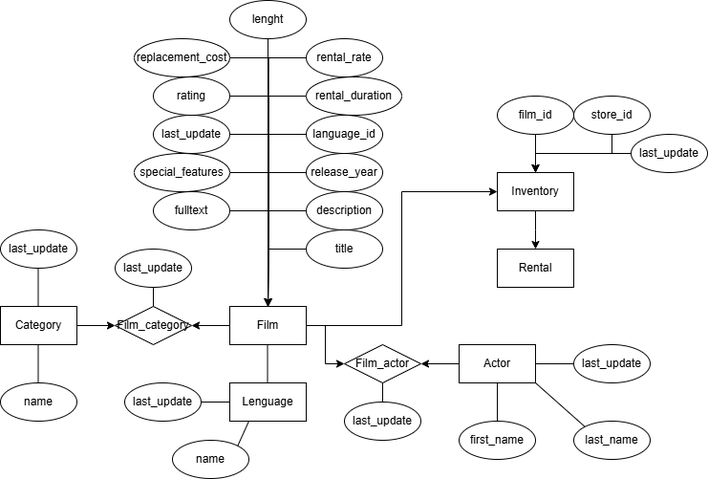
Gabitoto/Bases-de-Datos keeps this draw.io diagram as Diagramas_E_R/Diagrama Trabajo Practico 3.drawio.png. Above is the earlier version. Source tidied: cells renumbered, new cells last; positions are measured from the earlier drawing's top-left corner, leaving out a move shared by most shapes.
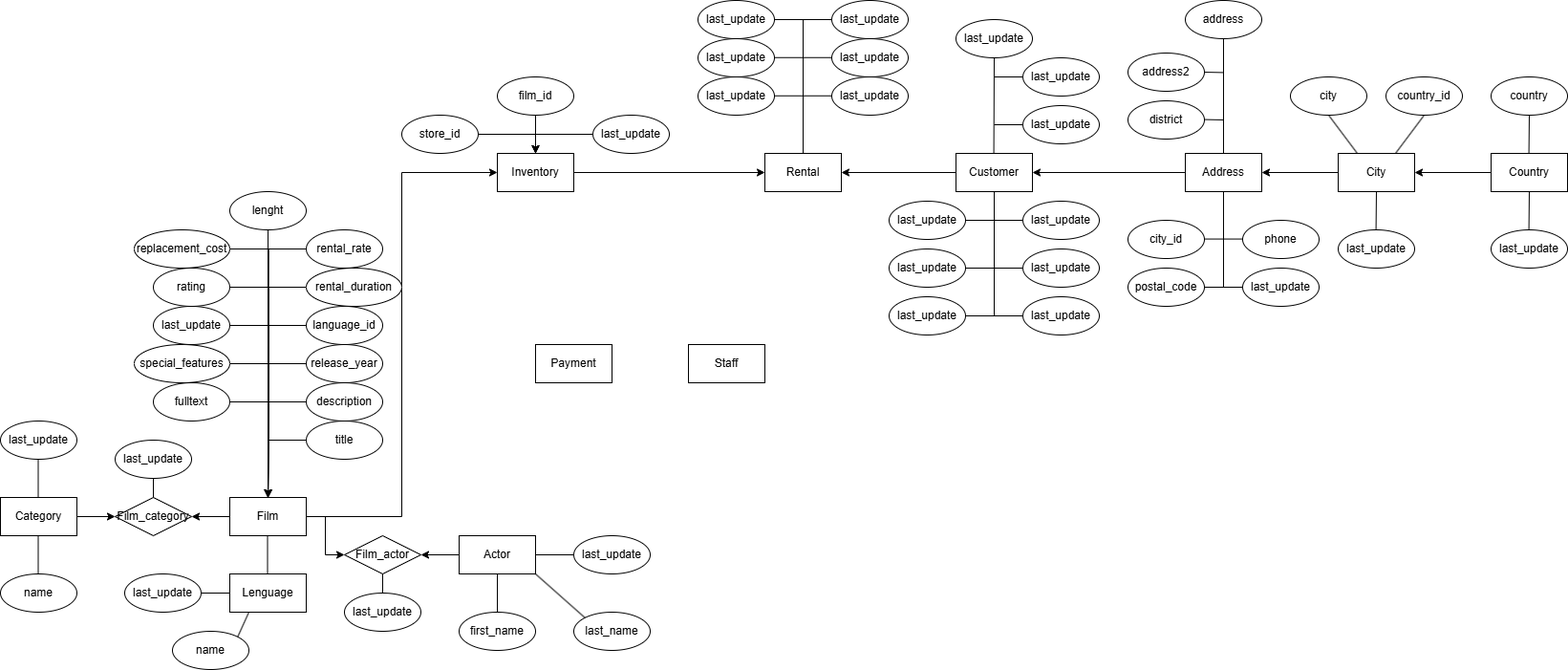
The same file after the commit.

The edit, as a diff of the source:
```diff
@@ -23,13 +23,11 @@
     <mxCell id="8" value="Lenguage" style="whiteSpace=wrap;html=1;align=center;" parent="1" vertex="1">
       <mxGeometry x="240" y="400" width="80" height="40" as="geometry" />
     </mxCell>
-    <mxCell id="9" style="edgeStyle=orthogonalEdgeStyle;rounded=0;jettySize=auto;html=1;entryX=0.5;entryY=0;entryDx=0;entryDy=0;" parent="1" edge="1" source="10">
-      <mxGeometry relative="1" as="geometry">
-        <mxPoint x="560" y="260" as="targetPoint" />
-      </mxGeometry>
-    </mxCell>
+    <mxCell id="65" style="edgeStyle=orthogonalEdgeStyle;rounded=0;jettySize=auto;html=1;entryX=0;entryY=0.5;entryDx=0;entryDy=0;" parent="1" edge="1" source="10" target="53">
+      <mxGeometry relative="1" as="geometry" />
+    </mxCell>
     <mxCell id="10" value="Inventory" style="whiteSpace=wrap;html=1;align=center;" parent="1" vertex="1">
-      <mxGeometry x="520" y="180" width="80" height="40" as="geometry" />
+      <mxGeometry x="520" y="-40" width="80" height="40" as="geometry" />
     </mxCell>
     <mxCell id="11" style="edgeStyle=orthogonalEdgeStyle;rounded=0;jettySize=auto;html=1;entryX=1;entryY=0.5;entryDx=0;entryDy=0;" parent="1" edge="1" source="12" target="54">
       <mxGeometry relative="1" as="geometry" />
@@ -176,22 +174,22 @@
       <mxGeometry relative="1" as="geometry" />
     </mxCell>
     <mxCell id="48" value="film_id" style="ellipse;whiteSpace=wrap;html=1;align=center;" parent="1" vertex="1">
-      <mxGeometry x="520" y="100" width="80" height="40" as="geometry" />
+      <mxGeometry x="520" y="-120" width="80" height="40" as="geometry" />
     </mxCell>
     <mxCell id="49" style="edgeStyle=orthogonalEdgeStyle;rounded=0;jettySize=auto;html=1;entryX=0.5;entryY=0;entryDx=0;entryDy=0;" parent="1" edge="1" source="50" target="10">
       <mxGeometry relative="1" as="geometry" />
     </mxCell>
     <mxCell id="50" value="store_id" style="ellipse;whiteSpace=wrap;html=1;align=center;" parent="1" vertex="1">
-      <mxGeometry x="600" y="100" width="80" height="40" as="geometry" />
+      <mxGeometry x="420" y="-80" width="80" height="40" as="geometry" />
     </mxCell>
     <mxCell id="51" style="edgeStyle=orthogonalEdgeStyle;rounded=0;jettySize=auto;html=1;entryX=0.5;entryY=0;entryDx=0;entryDy=0;" parent="1" edge="1" source="52" target="10">
       <mxGeometry relative="1" as="geometry" />
     </mxCell>
     <mxCell id="52" value="last_update" style="ellipse;whiteSpace=wrap;html=1;align=center;" parent="1" vertex="1">
-      <mxGeometry x="660" y="140" width="80" height="40" as="geometry" />
+      <mxGeometry x="620" y="-80" width="80" height="40" as="geometry" />
     </mxCell>
     <mxCell id="53" value="Rental" style="whiteSpace=wrap;html=1;align=center;" parent="1" vertex="1">
-      <mxGeometry x="520" y="260" width="80" height="40" as="geometry" />
+      <mxGeometry x="800" y="-40" width="80" height="40" as="geometry" />
     </mxCell>
     <mxCell id="54" value="Film_actor" style="shape=rhombus;perimeter=rhombusPerimeter;whiteSpace=wrap;html=1;align=center;" parent="1" vertex="1">
       <mxGeometry x="360" y="360" width="80" height="40" as="geometry" />
@@ -228,5 +226,223 @@
     <mxCell id="64" style="endArrow=none;html=1;rounded=0;entryX=1;entryY=0.5;entryDx=0;entryDy=0;" parent="1" edge="1" source="8" target="45">
       <mxGeometry relative="1" as="geometry" />
     </mxCell>
+    <mxCell id="66" value="last_update" style="ellipse;whiteSpace=wrap;html=1;align=center;" parent="1" vertex="1">
+      <mxGeometry x="870" y="-160" width="80" height="40" as="geometry" />
+    </mxCell>
+    <mxCell id="67" value="last_update" style="ellipse;whiteSpace=wrap;html=1;align=center;" parent="1" vertex="1">
+      <mxGeometry x="870" y="-120" width="80" height="40" as="geometry" />
+    </mxCell>
+    <mxCell id="68" value="last_update" style="ellipse;whiteSpace=wrap;html=1;align=center;" parent="1" vertex="1">
+      <mxGeometry x="730" y="-120" width="80" height="40" as="geometry" />
+    </mxCell>
+    <mxCell id="69" value="last_update" style="ellipse;whiteSpace=wrap;html=1;align=center;" parent="1" vertex="1">
+      <mxGeometry x="730" y="-160" width="80" height="40" as="geometry" />
+    </mxCell>
+    <mxCell id="70" value="last_update" style="ellipse;whiteSpace=wrap;html=1;align=center;" parent="1" vertex="1">
+      <mxGeometry x="870" y="-200" width="80" height="40" as="geometry" />
+    </mxCell>
+    <mxCell id="71" value="last_update" style="ellipse;whiteSpace=wrap;html=1;align=center;" parent="1" vertex="1">
+      <mxGeometry x="730" y="-200" width="80" height="40" as="geometry" />
+    </mxCell>
+    <mxCell id="72" style="endArrow=none;html=1;rounded=0;entryX=0.5;entryY=0;entryDx=0;entryDy=0;" parent="1" edge="1" target="53">
+      <mxGeometry relative="1" as="geometry">
+        <mxPoint x="840" y="-180" as="sourcePoint" />
+      </mxGeometry>
+    </mxCell>
+    <mxCell id="73" style="endArrow=none;html=1;rounded=0;exitX=1;exitY=0.5;exitDx=0;exitDy=0;entryX=0;entryY=0.5;entryDx=0;entryDy=0;" parent="1" edge="1" source="71" target="70">
+      <mxGeometry relative="1" as="geometry" />
+    </mxCell>
+    <mxCell id="74" style="endArrow=none;html=1;rounded=0;exitX=1;exitY=0.5;exitDx=0;exitDy=0;entryX=0;entryY=0.5;entryDx=0;entryDy=0;" parent="1" edge="1">
+      <mxGeometry relative="1" as="geometry">
+        <mxPoint x="810" y="-140.2" as="sourcePoint" />
+        <mxPoint x="870" y="-140.2" as="targetPoint" />
+      </mxGeometry>
+    </mxCell>
+    <mxCell id="75" style="endArrow=none;html=1;rounded=0;exitX=1;exitY=0.5;exitDx=0;exitDy=0;entryX=0;entryY=0.5;entryDx=0;entryDy=0;" parent="1" edge="1">
+      <mxGeometry relative="1" as="geometry">
+        <mxPoint x="810" y="-100.2" as="sourcePoint" />
+        <mxPoint x="870" y="-100.2" as="targetPoint" />
+      </mxGeometry>
+    </mxCell>
+    <mxCell id="76" style="edgeStyle=orthogonalEdgeStyle;rounded=0;jettySize=auto;html=1;entryX=1;entryY=0.5;entryDx=0;entryDy=0;" parent="1" edge="1" source="77" target="53">
+      <mxGeometry relative="1" as="geometry" />
+    </mxCell>
+    <mxCell id="77" value="Customer" style="whiteSpace=wrap;html=1;align=center;" parent="1" vertex="1">
+      <mxGeometry x="1000" y="-40" width="80" height="40" as="geometry" />
+    </mxCell>
+    <mxCell id="78" style="edgeStyle=orthogonalEdgeStyle;rounded=0;jettySize=auto;html=1;entryX=1;entryY=0.5;entryDx=0;entryDy=0;" parent="1" edge="1" source="79" target="77">
+      <mxGeometry relative="1" as="geometry" />
+    </mxCell>
+    <mxCell id="79" value="Address" style="whiteSpace=wrap;html=1;align=center;" parent="1" vertex="1">
+      <mxGeometry x="1240" y="-40" width="80" height="40" as="geometry" />
+    </mxCell>
+    <mxCell id="80" style="edgeStyle=orthogonalEdgeStyle;rounded=0;jettySize=auto;html=1;" parent="1" edge="1" source="81" target="79">
+      <mxGeometry relative="1" as="geometry" />
+    </mxCell>
+    <mxCell id="81" value="City" style="whiteSpace=wrap;html=1;align=center;" parent="1" vertex="1">
+      <mxGeometry x="1400" y="-40" width="80" height="40" as="geometry" />
+    </mxCell>
+    <mxCell id="82" style="edgeStyle=orthogonalEdgeStyle;rounded=0;jettySize=auto;html=1;entryX=1;entryY=0.5;entryDx=0;entryDy=0;" parent="1" edge="1" source="83" target="81">
+      <mxGeometry relative="1" as="geometry" />
+    </mxCell>
+    <mxCell id="83" value="Country" style="whiteSpace=wrap;html=1;align=center;" parent="1" vertex="1">
+      <mxGeometry x="1560" y="-40" width="80" height="40" as="geometry" />
+    </mxCell>
+    <mxCell id="84" value="last_update" style="ellipse;whiteSpace=wrap;html=1;align=center;" parent="1" vertex="1">
+      <mxGeometry x="1560" y="40" width="80" height="40" as="geometry" />
+    </mxCell>
+    <mxCell id="85" value="country" style="ellipse;whiteSpace=wrap;html=1;align=center;" parent="1" vertex="1">
+      <mxGeometry x="1560" y="-120" width="80" height="40" as="geometry" />
+    </mxCell>
+    <mxCell id="86" value="last_update" style="ellipse;whiteSpace=wrap;html=1;align=center;" parent="1" vertex="1">
+      <mxGeometry x="1400" y="40" width="80" height="40" as="geometry" />
+    </mxCell>
+    <mxCell id="87" style="endArrow=none;html=1;rounded=0;entryX=0.5;entryY=0;entryDx=0;entryDy=0;exitX=0.5;exitY=1;exitDx=0;exitDy=0;" parent="1" edge="1" source="83">
+      <mxGeometry relative="1" as="geometry">
+        <mxPoint x="1599.6" y="40" as="targetPoint" />
+      </mxGeometry>
+    </mxCell>
+    <mxCell id="88" style="endArrow=none;html=1;rounded=0;entryX=0.5;entryY=0;entryDx=0;entryDy=0;exitX=0.5;exitY=1;exitDx=0;exitDy=0;" parent="1" edge="1">
+      <mxGeometry relative="1" as="geometry">
+        <mxPoint x="1600" y="-80" as="sourcePoint" />
+        <mxPoint x="1599.6" y="-40" as="targetPoint" />
+      </mxGeometry>
+    </mxCell>
+    <mxCell id="89" style="endArrow=none;html=1;rounded=0;entryX=0.5;entryY=0;entryDx=0;entryDy=0;exitX=0.5;exitY=1;exitDx=0;exitDy=0;" parent="1" edge="1">
+      <mxGeometry relative="1" as="geometry">
+        <mxPoint x="1440" as="sourcePoint" />
+        <mxPoint x="1439.6" y="40" as="targetPoint" />
+      </mxGeometry>
+    </mxCell>
+    <mxCell id="90" value="country_id" style="ellipse;whiteSpace=wrap;html=1;align=center;" parent="1" vertex="1">
+      <mxGeometry x="1450" y="-120" width="80" height="40" as="geometry" />
+    </mxCell>
+    <mxCell id="91" style="endArrow=none;html=1;rounded=0;entryX=0.75;entryY=0;entryDx=0;entryDy=0;exitX=0.5;exitY=1;exitDx=0;exitDy=0;" parent="1" edge="1" source="90" target="81">
+      <mxGeometry relative="1" as="geometry" />
+    </mxCell>
+    <mxCell id="92" value="city" style="ellipse;whiteSpace=wrap;html=1;align=center;" parent="1" vertex="1">
+      <mxGeometry x="1350" y="-120" width="80" height="40" as="geometry" />
+    </mxCell>
+    <mxCell id="93" style="endArrow=none;html=1;rounded=0;entryX=0.25;entryY=0;entryDx=0;entryDy=0;exitX=0.5;exitY=1;exitDx=0;exitDy=0;" parent="1" edge="1" source="92" target="81">
+      <mxGeometry relative="1" as="geometry" />
+    </mxCell>
+    <mxCell id="94" value="district" style="ellipse;whiteSpace=wrap;html=1;align=center;" parent="1" vertex="1">
+      <mxGeometry x="1180" y="-95" width="80" height="40" as="geometry" />
+    </mxCell>
+    <mxCell id="95" value="address2" style="ellipse;whiteSpace=wrap;html=1;align=center;" parent="1" vertex="1">
+      <mxGeometry x="1180" y="-145" width="80" height="40" as="geometry" />
+    </mxCell>
+    <mxCell id="96" value="address" style="ellipse;whiteSpace=wrap;html=1;align=center;" parent="1" vertex="1">
+      <mxGeometry x="1240" y="-200" width="80" height="40" as="geometry" />
+    </mxCell>
+    <mxCell id="97" value="city_id" style="ellipse;whiteSpace=wrap;html=1;align=center;" parent="1" vertex="1">
+      <mxGeometry x="1180" y="30" width="80" height="40" as="geometry" />
+    </mxCell>
+    <mxCell id="98" value="phone" style="ellipse;whiteSpace=wrap;html=1;align=center;" parent="1" vertex="1">
+      <mxGeometry x="1300" y="30" width="80" height="40" as="geometry" />
+    </mxCell>
+    <mxCell id="99" value="postal_code" style="ellipse;whiteSpace=wrap;html=1;align=center;" parent="1" vertex="1">
+      <mxGeometry x="1180" y="80" width="80" height="40" as="geometry" />
+    </mxCell>
+    <mxCell id="100" value="last_update" style="ellipse;whiteSpace=wrap;html=1;align=center;" parent="1" vertex="1">
+      <mxGeometry x="1300" y="80" width="80" height="40" as="geometry" />
+    </mxCell>
+    <mxCell id="101" style="endArrow=none;html=1;rounded=0;exitX=0.5;exitY=1;exitDx=0;exitDy=0;" parent="1" edge="1" source="79">
+      <mxGeometry relative="1" as="geometry">
+        <mxPoint x="1280" y="100" as="targetPoint" />
+      </mxGeometry>
+    </mxCell>
+    <mxCell id="102" style="endArrow=none;html=1;rounded=0;exitX=1;exitY=0.5;exitDx=0;exitDy=0;entryX=0;entryY=0.5;entryDx=0;entryDy=0;" parent="1" edge="1" source="99" target="100">
+      <mxGeometry relative="1" as="geometry" />
+    </mxCell>
+    <mxCell id="103" style="endArrow=none;html=1;rounded=0;exitX=1;exitY=0.5;exitDx=0;exitDy=0;entryX=0;entryY=0.5;entryDx=0;entryDy=0;" parent="1" edge="1">
+      <mxGeometry relative="1" as="geometry">
+        <mxPoint x="1260" y="49.6" as="sourcePoint" />
+        <mxPoint x="1300" y="49.6" as="targetPoint" />
+      </mxGeometry>
+    </mxCell>
+    <mxCell id="104" style="endArrow=none;html=1;rounded=0;exitX=0.5;exitY=0;exitDx=0;exitDy=0;" parent="1" edge="1" source="79">
+      <mxGeometry relative="1" as="geometry">
+        <mxPoint x="1280" y="-160" as="targetPoint" />
+      </mxGeometry>
+    </mxCell>
+    <mxCell id="105" style="endArrow=none;html=1;rounded=0;exitX=1;exitY=0.5;exitDx=0;exitDy=0;" parent="1" edge="1">
+      <mxGeometry relative="1" as="geometry">
+        <mxPoint x="1260" y="-75.4" as="sourcePoint" />
+        <mxPoint x="1280" y="-75" as="targetPoint" />
+      </mxGeometry>
+    </mxCell>
+    <mxCell id="106" style="endArrow=none;html=1;rounded=0;exitX=1;exitY=0.5;exitDx=0;exitDy=0;" parent="1" edge="1">
+      <mxGeometry relative="1" as="geometry">
+        <mxPoint x="1260" y="-125" as="sourcePoint" />
+        <mxPoint x="1280" y="-124.6" as="targetPoint" />
+        <Array as="points">
+          <mxPoint x="1280" y="-124.6" />
+        </Array>
+      </mxGeometry>
+    </mxCell>
+    <mxCell id="107" value="last_update" style="ellipse;whiteSpace=wrap;html=1;align=center;" parent="1" vertex="1">
+      <mxGeometry x="1070" y="60" width="80" height="40" as="geometry" />
+    </mxCell>
+    <mxCell id="108" value="last_update" style="ellipse;whiteSpace=wrap;html=1;align=center;" parent="1" vertex="1">
+      <mxGeometry x="1070" y="110" width="80" height="40" as="geometry" />
+    </mxCell>
+    <mxCell id="109" value="last_update" style="ellipse;whiteSpace=wrap;html=1;align=center;" parent="1" vertex="1">
+      <mxGeometry x="930" y="110" width="80" height="40" as="geometry" />
+    </mxCell>
+    <mxCell id="110" value="last_update" style="ellipse;whiteSpace=wrap;html=1;align=center;" parent="1" vertex="1">
+      <mxGeometry x="930" y="60" width="80" height="40" as="geometry" />
+    </mxCell>
+    <mxCell id="111" value="last_update" style="ellipse;whiteSpace=wrap;html=1;align=center;" parent="1" vertex="1">
+      <mxGeometry x="1070" y="10" width="80" height="40" as="geometry" />
+    </mxCell>
+    <mxCell id="112" value="last_update" style="ellipse;whiteSpace=wrap;html=1;align=center;" parent="1" vertex="1">
+      <mxGeometry x="930" y="10" width="80" height="40" as="geometry" />
+    </mxCell>
+    <mxCell id="113" style="endArrow=none;html=1;rounded=0;" parent="1" edge="1">
+      <mxGeometry relative="1" as="geometry">
+        <mxPoint x="1040" as="sourcePoint" />
+        <mxPoint x="1040" y="130" as="targetPoint" />
+      </mxGeometry>
+    </mxCell>
+    <mxCell id="114" style="endArrow=none;html=1;rounded=0;exitX=1;exitY=0.5;exitDx=0;exitDy=0;entryX=0;entryY=0.5;entryDx=0;entryDy=0;" parent="1" edge="1" source="112" target="111">
+      <mxGeometry relative="1" as="geometry" />
+    </mxCell>
+    <mxCell id="115" style="endArrow=none;html=1;rounded=0;entryX=0;entryY=0.5;entryDx=0;entryDy=0;exitX=1;exitY=0.5;exitDx=0;exitDy=0;" parent="1" edge="1" source="110" target="107">
+      <mxGeometry relative="1" as="geometry" />
+    </mxCell>
+    <mxCell id="116" style="endArrow=none;html=1;rounded=0;exitX=1;exitY=0.5;exitDx=0;exitDy=0;entryX=0;entryY=0.5;entryDx=0;entryDy=0;" parent="1" edge="1" source="109" target="108">
+      <mxGeometry relative="1" as="geometry" />
+    </mxCell>
+    <mxCell id="117" style="endArrow=none;html=1;rounded=0;entryX=0.5;entryY=0;entryDx=0;entryDy=0;exitX=0.5;exitY=1;exitDx=0;exitDy=0;" parent="1" edge="1" source="120">
+      <mxGeometry relative="1" as="geometry">
+        <mxPoint x="1039.6" y="-40" as="targetPoint" />
+      </mxGeometry>
+    </mxCell>
+    <mxCell id="118" value="last_update" style="ellipse;whiteSpace=wrap;html=1;align=center;" parent="1" vertex="1">
+      <mxGeometry x="1070" y="-140" width="80" height="40" as="geometry" />
+    </mxCell>
+    <mxCell id="119" value="last_update" style="ellipse;whiteSpace=wrap;html=1;align=center;" parent="1" vertex="1">
+      <mxGeometry x="1070" y="-90" width="80" height="40" as="geometry" />
+    </mxCell>
+    <mxCell id="120" value="last_update" style="ellipse;whiteSpace=wrap;html=1;align=center;" parent="1" vertex="1">
+      <mxGeometry x="1000" y="-180" width="80" height="40" as="geometry" />
+    </mxCell>
+    <mxCell id="121" style="endArrow=none;html=1;rounded=0;entryX=0;entryY=0.5;entryDx=0;entryDy=0;" parent="1" edge="1" target="119">
+      <mxGeometry relative="1" as="geometry">
+        <mxPoint x="1040" y="-70" as="sourcePoint" />
+      </mxGeometry>
+    </mxCell>
+    <mxCell id="122" style="endArrow=none;html=1;rounded=0;entryX=0;entryY=0.5;entryDx=0;entryDy=0;" parent="1" edge="1" target="118">
+      <mxGeometry relative="1" as="geometry">
+        <mxPoint x="1040" y="-120" as="sourcePoint" />
+      </mxGeometry>
+    </mxCell>
+    <mxCell id="123" value="Payment" style="whiteSpace=wrap;html=1;align=center;" parent="1" vertex="1">
+      <mxGeometry x="560" y="160" width="80" height="40" as="geometry" />
+    </mxCell>
+    <mxCell id="124" value="Staff" style="whiteSpace=wrap;html=1;align=center;" parent="1" vertex="1">
+      <mxGeometry x="720" y="160" width="80" height="40" as="geometry" />
+    </mxCell>
   </root>
 </mxGraphModel>
```
